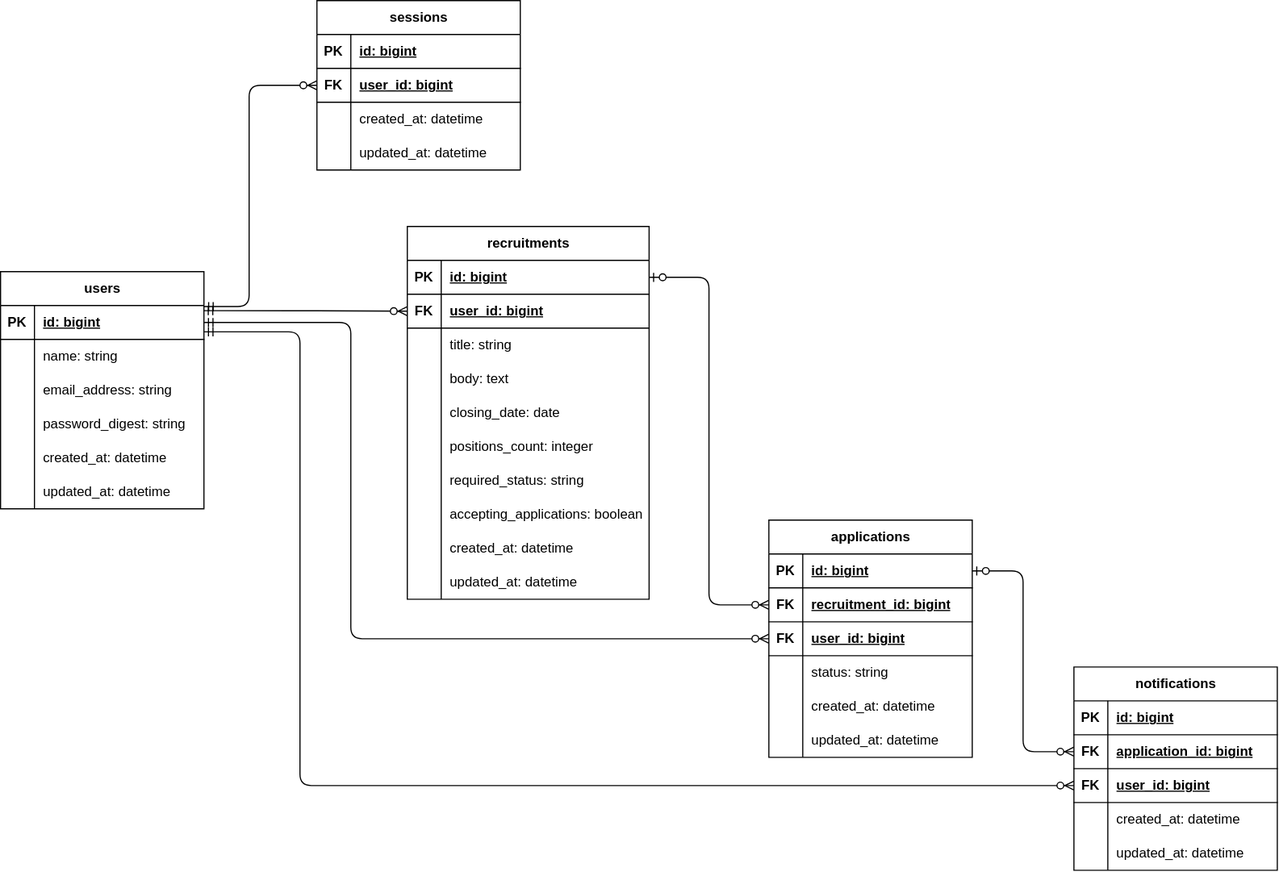
Before: docs/er-diagram.drawio.svg, a diagram exported from draw.io (tnakamura0/team-development-matching). Source tidied: cells renumbered, new cells last; positions are measured from the earlier drawing's top-left corner, leaving out a move shared by most shapes.
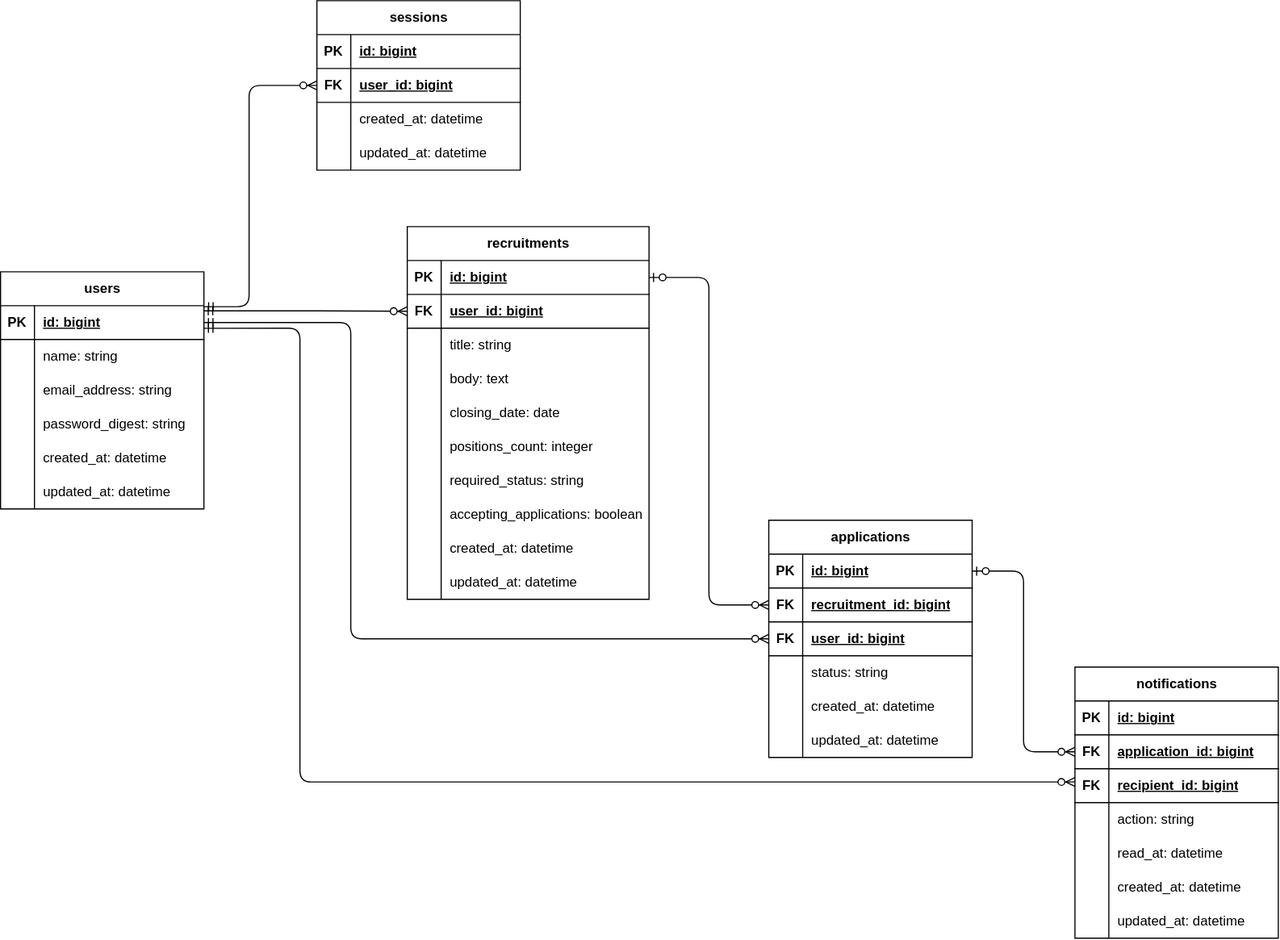
The same diagram one commit later.

Diff of the diagram source:
```diff
@@ -153,7 +153,7 @@
       <mxGeometry x="30" width="184" height="30" as="geometry" />
     </mxCell>
     <mxCell id="52" value="notifications" style="shape=table;startSize=30;rowLines=0;fontStyle=1;align=center;html=1;" parent="1" vertex="1">
-      <mxGeometry x="950" y="590" width="180" height="180" as="geometry" />
+      <mxGeometry x="951" y="590" width="180" height="240" as="geometry" />
     </mxCell>
     <mxCell id="53" style="shape=tableRow;horizontal=0;startSize=0;swimlaneHead=0;swimlaneBody=0;fillColor=none;top=0;left=0;right=0;bottom=1;" parent="52" vertex="1">
       <mxGeometry y="30" width="180" height="30" as="geometry" />
@@ -179,11 +179,29 @@
     <mxCell id="60" value="FK" style="shape=partialRectangle;fillColor=none;top=0;left=0;bottom=0;right=0;fontStyle=1;overflow=hidden;whiteSpace=wrap;html=1;" parent="59" vertex="1">
       <mxGeometry width="30" height="30" as="geometry" />
     </mxCell>
-    <mxCell id="61" value="user_id: bigint" style="shape=partialRectangle;fillColor=none;top=0;left=0;bottom=0;right=0;align=left;spacingLeft=6;fontStyle=5;overflow=hidden;whiteSpace=wrap;html=1;" parent="59" vertex="1">
+    <mxCell id="61" value="recipient_id: bigint" style="shape=partialRectangle;fillColor=none;top=0;left=0;bottom=0;right=0;align=left;spacingLeft=6;fontStyle=5;overflow=hidden;whiteSpace=wrap;html=1;" parent="59" vertex="1">
       <mxGeometry x="30" width="150" height="30" as="geometry" />
     </mxCell>
+    <mxCell id="106" style="shape=tableRow;horizontal=0;startSize=0;swimlaneHead=0;swimlaneBody=0;fillColor=none;top=0;left=0;right=0;bottom=0;" parent="52" vertex="1">
+      <mxGeometry y="120" width="180" height="30" as="geometry" />
+    </mxCell>
+    <mxCell id="107" style="shape=partialRectangle;fillColor=none;top=0;left=0;bottom=0;right=0;overflow=hidden;whiteSpace=wrap;html=1;" parent="106" vertex="1">
+      <mxGeometry width="30" height="30" as="geometry" />
+    </mxCell>
+    <mxCell id="108" value="action: string" style="shape=partialRectangle;fillColor=none;top=0;left=0;bottom=0;right=0;align=left;spacingLeft=6;overflow=hidden;whiteSpace=wrap;html=1;" parent="106" vertex="1">
+      <mxGeometry x="30" width="150" height="30" as="geometry" />
+    </mxCell>
+    <mxCell id="109" style="shape=tableRow;horizontal=0;startSize=0;swimlaneHead=0;swimlaneBody=0;fillColor=none;top=0;left=0;right=0;bottom=0;" parent="52" vertex="1">
+      <mxGeometry y="150" width="180" height="30" as="geometry" />
+    </mxCell>
+    <mxCell id="110" style="shape=partialRectangle;fillColor=none;top=0;left=0;bottom=0;right=0;overflow=hidden;whiteSpace=wrap;html=1;" parent="109" vertex="1">
+      <mxGeometry width="30" height="30" as="geometry" />
+    </mxCell>
+    <mxCell id="111" value="read_at: datetime" style="shape=partialRectangle;fillColor=none;top=0;left=0;bottom=0;right=0;align=left;spacingLeft=6;overflow=hidden;whiteSpace=wrap;html=1;" parent="109" vertex="1">
+      <mxGeometry x="30" width="150" height="30" as="geometry" />
+    </mxCell>
     <mxCell id="62" style="shape=tableRow;horizontal=0;startSize=0;swimlaneHead=0;swimlaneBody=0;fillColor=none;top=0;left=0;right=0;bottom=0;" parent="52" vertex="1">
-      <mxGeometry y="120" width="180" height="30" as="geometry" />
+      <mxGeometry y="180" width="180" height="30" as="geometry" />
     </mxCell>
     <mxCell id="63" style="shape=partialRectangle;fillColor=none;top=0;left=0;bottom=0;right=0;overflow=hidden;whiteSpace=wrap;html=1;" parent="62" vertex="1">
       <mxGeometry width="30" height="30" as="geometry" />
@@ -192,7 +210,7 @@
       <mxGeometry x="30" width="150" height="30" as="geometry" />
     </mxCell>
     <mxCell id="65" style="shape=tableRow;horizontal=0;startSize=0;swimlaneHead=0;swimlaneBody=0;fillColor=none;top=0;left=0;right=0;bottom=0;" parent="52" vertex="1">
-      <mxGeometry y="150" width="180" height="30" as="geometry" />
+      <mxGeometry y="210" width="180" height="30" as="geometry" />
     </mxCell>
     <mxCell id="66" style="shape=partialRectangle;fillColor=none;top=0;left=0;bottom=0;right=0;overflow=hidden;whiteSpace=wrap;html=1;" parent="65" vertex="1">
       <mxGeometry width="30" height="30" as="geometry" />
@@ -268,11 +286,13 @@
         </Array>
       </mxGeometry>
     </mxCell>
-    <mxCell id="89" style="edgeStyle=orthogonalEdgeStyle;fontSize=12;html=1;endArrow=ERzeroToMany;startArrow=ERmandOne;entryX=0;entryY=0.5;entryDx=0;entryDy=0;exitX=1;exitY=0.777;exitDx=0;exitDy=0;exitPerimeter=0;" parent="1" edge="1" source="3" target="59">
+    <mxCell id="89" style="edgeStyle=orthogonalEdgeStyle;fontSize=12;html=1;endArrow=ERzeroToMany;startArrow=ERmandOne;entryX=0;entryY=0.5;entryDx=0;entryDy=0;exitX=1;exitY=0.777;exitDx=0;exitDy=0;exitPerimeter=0;" parent="1" edge="1">
       <mxGeometry x="-0.03" relative="1" as="geometry">
+        <mxPoint x="180" y="290" as="sourcePoint" />
+        <mxPoint x="951" y="691.7" as="targetPoint" />
         <Array as="points">
-          <mxPoint x="265" y="293.3" />
-          <mxPoint x="265" y="695" />
+          <mxPoint x="265" y="290" />
+          <mxPoint x="265" y="691.7" />
         </Array>
       </mxGeometry>
     </mxCell>
```
